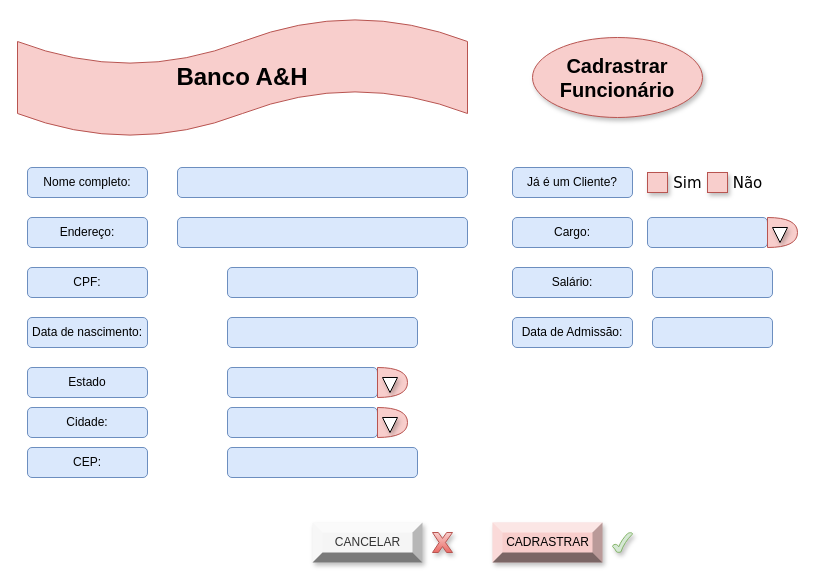
Earlier version of the draw.io diagram page "Cadrastrar Funcionário" (3 of 18) of Projeto Banco.drawio (altairfd/EngenhariaDeSoftware). Source tidied: cells renumbered, new cells numbered last; positions are measured from the earlier drawing's top-left corner, leaving out a move shared by most shapes. Both pictures are drawn from the tidied source at 100%, with x=0, y=0 at pixel (17, 17).
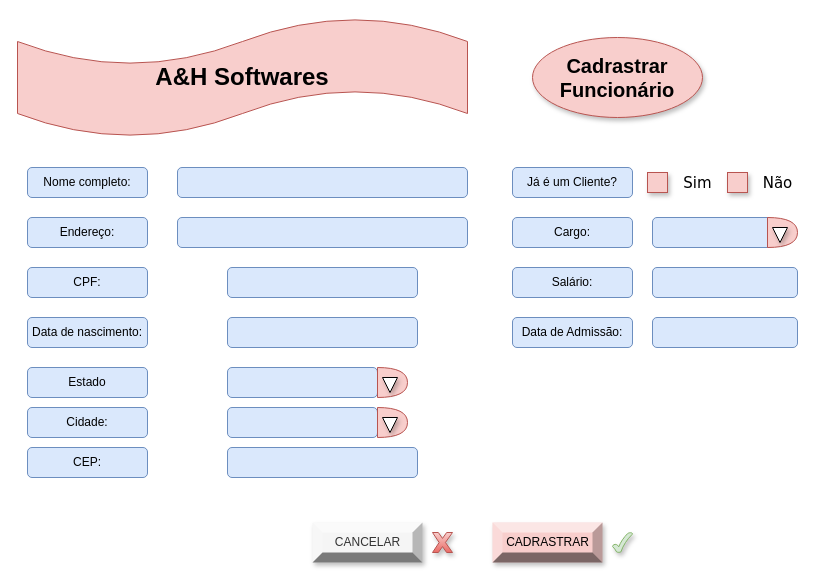
The same diagram, later.

What changed in the source:
```diff
@@
-    <mxCell id="2" value="&lt;h1&gt;Banco A&amp;amp;H&lt;/h1&gt;" style="shape=tape;whiteSpace=wrap;html=1;fillColor=#f8cecc;strokeColor=#b85450;" parent="1" vertex="1">
+    <mxCell id="2" value="&lt;h1&gt;A&amp;amp;H Softwares&lt;/h1&gt;" style="shape=tape;whiteSpace=wrap;html=1;fillColor=#f8cecc;strokeColor=#b85450;" parent="1" vertex="1">
       <mxGeometry width="450" height="120" as="geometry" />
     </mxCell>
@@
     <mxCell id="28" value="Sim" style="text;html=1;align=center;verticalAlign=middle;strokeColor=none;fillColor=none;fontSize=15;fontFamily=Verdana;fontColor=#000000;" parent="1" vertex="1">
-      <mxGeometry x="650" y="155" width="40" height="20" as="geometry" />
+      <mxGeometry x="660" y="155" width="40" height="20" as="geometry" />
     </mxCell>
     <mxCell id="29" style="whiteSpace=wrap;html=1;shadow=1;labelBackgroundColor=none;sketch=0;fontFamily=Verdana;fontSize=20;strokeColor=#b85450;fillColor=#f8cecc;" parent="1" vertex="1">
-      <mxGeometry x="690" y="155" width="20" height="20" as="geometry" />
+      <mxGeometry x="710" y="155" width="20" height="20" as="geometry" />
     </mxCell>
     <mxCell id="30" value="Não" style="text;html=1;align=center;verticalAlign=middle;strokeColor=none;fillColor=none;fontSize=15;fontFamily=Verdana;fontColor=#000000;" parent="1" vertex="1">
-      <mxGeometry x="710" y="155" width="40" height="20" as="geometry" />
+      <mxGeometry x="740" y="155" width="40" height="20" as="geometry" />
     </mxCell>
@@
     <mxCell id="32" style="rounded=1;whiteSpace=wrap;html=1;labelBackgroundColor=none;fontFamily=Helvetica;fillColor=#dae8fc;strokeColor=#6c8ebf;" parent="1" vertex="1">
-      <mxGeometry x="630" y="200" width="120" height="30" as="geometry" />
+      <mxGeometry x="635" y="200" width="120" height="30" as="geometry" />
     </mxCell>
@@
     <mxCell id="36" style="rounded=1;whiteSpace=wrap;html=1;labelBackgroundColor=none;fontFamily=Helvetica;fillColor=#dae8fc;strokeColor=#6c8ebf;" parent="1" vertex="1">
-      <mxGeometry x="635" y="250" width="120" height="30" as="geometry" />
+      <mxGeometry x="635" y="250" width="145" height="30" as="geometry" />
     </mxCell>
@@
     <mxCell id="38" style="rounded=1;whiteSpace=wrap;html=1;labelBackgroundColor=none;fontFamily=Helvetica;fillColor=#dae8fc;strokeColor=#6c8ebf;" parent="1" vertex="1">
-      <mxGeometry x="635" y="300" width="120" height="30" as="geometry" />
+      <mxGeometry x="635" y="300" width="145" height="30" as="geometry" />
     </mxCell>
```
